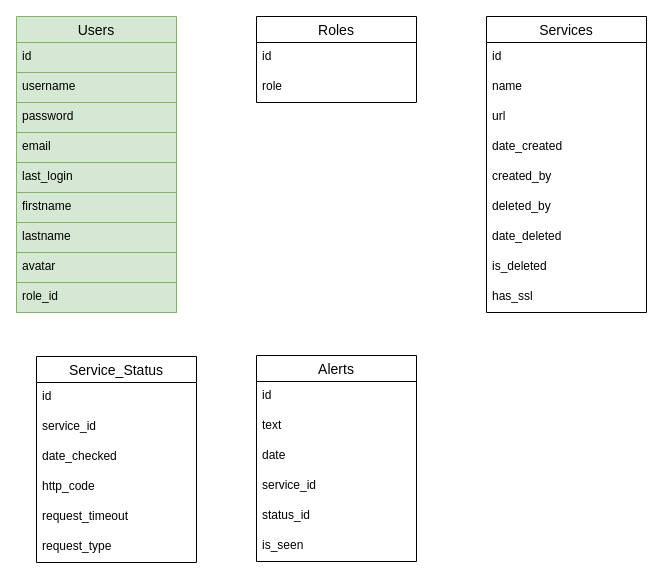
This is documents/MySQL.drawio from Mihaildimitrov/return_to_sleep, a draw.io file, before an edit. Source tidied: cells renumbered, new cells numbered last; positions are measured from the earlier drawing's top-left corner, leaving out a move shared by most shapes. Both pictures are drawn from the tidied source at 100%, with x=0, y=0 at pixel (16, 16).
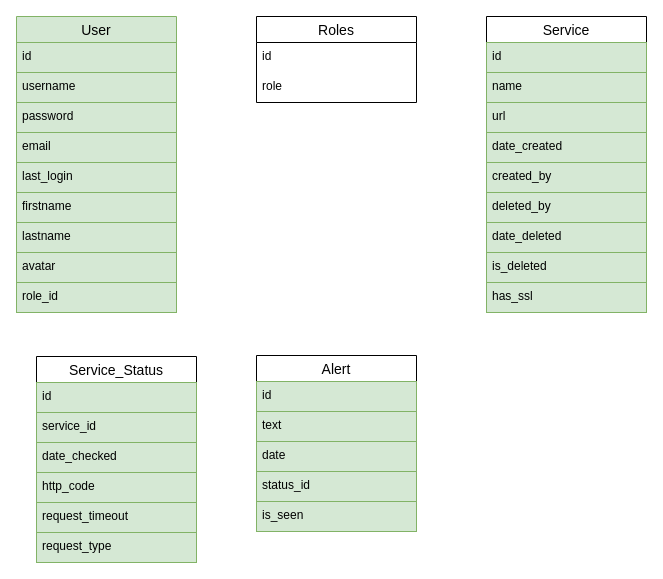
After the change.

Commit message (it also covers changes not shown here):
Updated MySQL Diagram

The change refers to these unchanged cells:
```xml
<mxCell id="25" value="Service_Status" style="swimlane;fontStyle=0;horizontal=1;startSize=26;align=center;fontSize=14;" parent="1" vertex="1">
  <mxGeometry x="20" y="340" width="160" height="206" as="geometry" />
</mxCell>
```

Diff of the diagram source:
```diff
@@
-    <mxCell id="2" value="Users" style="swimlane;fontStyle=0;horizontal=1;startSize=26;align=center;fontSize=14;fillColor=#d5e8d4;strokeColor=#82b366;" parent="1" vertex="1">
+    <mxCell id="2" value="User" style="swimlane;fontStyle=0;horizontal=1;startSize=26;align=center;fontSize=14;fillColor=#d5e8d4;strokeColor=#82b366;" parent="1" vertex="1">
       <mxGeometry width="160" height="296" as="geometry" />
     </mxCell>
@@
-    <mxCell id="15" value="Services" style="swimlane;fontStyle=0;horizontal=1;startSize=26;align=center;fontSize=14;" parent="1" vertex="1">
+    <mxCell id="15" value="Service" style="swimlane;fontStyle=0;horizontal=1;startSize=26;align=center;fontSize=14;" parent="1" vertex="1">
       <mxGeometry x="470" width="160" height="296" as="geometry" />
     </mxCell>
-    <mxCell id="16" value="id" style="text;strokeColor=none;fillColor=none;spacingLeft=4;spacingRight=4;overflow=hidden;fontSize=12;" parent="15" vertex="1">
+    <mxCell id="16" value="id" style="text;strokeColor=#82b366;fillColor=#d5e8d4;spacingLeft=4;spacingRight=4;overflow=hidden;fontSize=12;" parent="15" vertex="1">
       <mxGeometry y="26" width="160" height="30" as="geometry" />
     </mxCell>
-    <mxCell id="17" value="name&#10;" style="text;strokeColor=none;fillColor=none;spacingLeft=4;spacingRight=4;overflow=hidden;fontSize=12;" parent="15" vertex="1">
+    <mxCell id="17" value="name&#10;" style="text;strokeColor=#82b366;fillColor=#d5e8d4;spacingLeft=4;spacingRight=4;overflow=hidden;fontSize=12;" parent="15" vertex="1">
       <mxGeometry y="56" width="160" height="30" as="geometry" />
     </mxCell>
-    <mxCell id="18" value="url" style="text;strokeColor=none;fillColor=none;spacingLeft=4;spacingRight=4;overflow=hidden;fontSize=12;" parent="15" vertex="1">
+    <mxCell id="18" value="url" style="text;strokeColor=#82b366;fillColor=#d5e8d4;spacingLeft=4;spacingRight=4;overflow=hidden;fontSize=12;" parent="15" vertex="1">
       <mxGeometry y="86" width="160" height="30" as="geometry" />
     </mxCell>
-    <mxCell id="19" value="date_created" style="text;strokeColor=none;fillColor=none;spacingLeft=4;spacingRight=4;overflow=hidden;fontSize=12;" parent="15" vertex="1">
+    <mxCell id="19" value="date_created" style="text;strokeColor=#82b366;fillColor=#d5e8d4;spacingLeft=4;spacingRight=4;overflow=hidden;fontSize=12;" parent="15" vertex="1">
       <mxGeometry y="116" width="160" height="30" as="geometry" />
     </mxCell>
-    <mxCell id="20" value="created_by" style="text;strokeColor=none;fillColor=none;spacingLeft=4;spacingRight=4;overflow=hidden;fontSize=12;" parent="15" vertex="1">
+    <mxCell id="20" value="created_by" style="text;strokeColor=#82b366;fillColor=#d5e8d4;spacingLeft=4;spacingRight=4;overflow=hidden;fontSize=12;" parent="15" vertex="1">
       <mxGeometry y="146" width="160" height="30" as="geometry" />
     </mxCell>
-    <mxCell id="21" value="deleted_by&#10;" style="text;strokeColor=none;fillColor=none;spacingLeft=4;spacingRight=4;overflow=hidden;fontSize=12;" parent="15" vertex="1">
+    <mxCell id="21" value="deleted_by&#10;" style="text;strokeColor=#82b366;fillColor=#d5e8d4;spacingLeft=4;spacingRight=4;overflow=hidden;fontSize=12;" parent="15" vertex="1">
       <mxGeometry y="176" width="160" height="30" as="geometry" />
     </mxCell>
-    <mxCell id="22" value="date_deleted" style="text;strokeColor=none;fillColor=none;spacingLeft=4;spacingRight=4;overflow=hidden;fontSize=12;" parent="15" vertex="1">
+    <mxCell id="22" value="date_deleted" style="text;strokeColor=#82b366;fillColor=#d5e8d4;spacingLeft=4;spacingRight=4;overflow=hidden;fontSize=12;" parent="15" vertex="1">
       <mxGeometry y="206" width="160" height="30" as="geometry" />
     </mxCell>
-    <mxCell id="23" value="is_deleted" style="text;strokeColor=none;fillColor=none;spacingLeft=4;spacingRight=4;overflow=hidden;fontSize=12;" parent="15" vertex="1">
+    <mxCell id="23" value="is_deleted" style="text;strokeColor=#82b366;fillColor=#d5e8d4;spacingLeft=4;spacingRight=4;overflow=hidden;fontSize=12;" parent="15" vertex="1">
       <mxGeometry y="236" width="160" height="30" as="geometry" />
     </mxCell>
-    <mxCell id="24" value="has_ssl" style="text;strokeColor=none;fillColor=none;spacingLeft=4;spacingRight=4;overflow=hidden;fontSize=12;" parent="15" vertex="1">
+    <mxCell id="24" value="has_ssl" style="text;strokeColor=#82b366;fillColor=#d5e8d4;spacingLeft=4;spacingRight=4;overflow=hidden;fontSize=12;" parent="15" vertex="1">
       <mxGeometry y="266" width="160" height="30" as="geometry" />
     </mxCell>
@@
-    <mxCell id="26" value="id" style="text;strokeColor=none;fillColor=none;spacingLeft=4;spacingRight=4;overflow=hidden;fontSize=12;" parent="25" vertex="1">
+    <mxCell id="26" value="id" style="text;strokeColor=#82b366;fillColor=#d5e8d4;spacingLeft=4;spacingRight=4;overflow=hidden;fontSize=12;" parent="25" vertex="1">
       <mxGeometry y="26" width="160" height="30" as="geometry" />
     </mxCell>
-    <mxCell id="27" value="service_id" style="text;strokeColor=none;fillColor=none;spacingLeft=4;spacingRight=4;overflow=hidden;fontSize=12;" parent="25" vertex="1">
+    <mxCell id="27" value="service_id" style="text;strokeColor=#82b366;fillColor=#d5e8d4;spacingLeft=4;spacingRight=4;overflow=hidden;fontSize=12;" parent="25" vertex="1">
       <mxGeometry y="56" width="160" height="30" as="geometry" />
     </mxCell>
-    <mxCell id="28" value="date_checked" style="text;strokeColor=none;fillColor=none;spacingLeft=4;spacingRight=4;overflow=hidden;fontSize=12;" parent="25" vertex="1">
+    <mxCell id="28" value="date_checked" style="text;strokeColor=#82b366;fillColor=#d5e8d4;spacingLeft=4;spacingRight=4;overflow=hidden;fontSize=12;" parent="25" vertex="1">
       <mxGeometry y="86" width="160" height="30" as="geometry" />
     </mxCell>
-    <mxCell id="29" value="http_code" style="text;strokeColor=none;fillColor=none;spacingLeft=4;spacingRight=4;overflow=hidden;fontSize=12;" parent="25" vertex="1">
+    <mxCell id="29" value="http_code" style="text;strokeColor=#82b366;fillColor=#d5e8d4;spacingLeft=4;spacingRight=4;overflow=hidden;fontSize=12;" parent="25" vertex="1">
       <mxGeometry y="116" width="160" height="30" as="geometry" />
     </mxCell>
-    <mxCell id="30" value="request_timeout" style="text;strokeColor=none;fillColor=none;spacingLeft=4;spacingRight=4;overflow=hidden;fontSize=12;" parent="25" vertex="1">
+    <mxCell id="30" value="request_timeout" style="text;strokeColor=#82b366;fillColor=#d5e8d4;spacingLeft=4;spacingRight=4;overflow=hidden;fontSize=12;" parent="25" vertex="1">
       <mxGeometry y="146" width="160" height="30" as="geometry" />
     </mxCell>
-    <mxCell id="31" value="request_type" style="text;strokeColor=none;fillColor=none;spacingLeft=4;spacingRight=4;overflow=hidden;fontSize=12;" parent="25" vertex="1">
+    <mxCell id="31" value="request_type" style="text;strokeColor=#82b366;fillColor=#d5e8d4;spacingLeft=4;spacingRight=4;overflow=hidden;fontSize=12;" parent="25" vertex="1">
       <mxGeometry y="176" width="160" height="30" as="geometry" />
     </mxCell>
-    <mxCell id="32" value="Alerts" style="swimlane;fontStyle=0;horizontal=1;startSize=26;align=center;fontSize=14;" parent="1" vertex="1">
-      <mxGeometry x="240" y="339" width="160" height="206" as="geometry" />
+    <mxCell id="32" value="Alert" style="swimlane;fontStyle=0;horizontal=1;startSize=26;align=center;fontSize=14;" parent="1" vertex="1">
+      <mxGeometry x="240" y="339" width="160" height="176" as="geometry" />
     </mxCell>
-    <mxCell id="33" value="id" style="text;strokeColor=none;fillColor=none;spacingLeft=4;spacingRight=4;overflow=hidden;fontSize=12;" parent="32" vertex="1">
+    <mxCell id="33" value="id" style="text;strokeColor=#82b366;fillColor=#d5e8d4;spacingLeft=4;spacingRight=4;overflow=hidden;fontSize=12;" parent="32" vertex="1">
       <mxGeometry y="26" width="160" height="30" as="geometry" />
     </mxCell>
-    <mxCell id="34" value="text" style="text;strokeColor=none;fillColor=none;spacingLeft=4;spacingRight=4;overflow=hidden;fontSize=12;" parent="32" vertex="1">
+    <mxCell id="34" value="text" style="text;strokeColor=#82b366;fillColor=#d5e8d4;spacingLeft=4;spacingRight=4;overflow=hidden;fontSize=12;" parent="32" vertex="1">
       <mxGeometry y="56" width="160" height="30" as="geometry" />
     </mxCell>
-    <mxCell id="35" value="date" style="text;strokeColor=none;fillColor=none;spacingLeft=4;spacingRight=4;overflow=hidden;fontSize=12;" parent="32" vertex="1">
+    <mxCell id="35" value="date" style="text;strokeColor=#82b366;fillColor=#d5e8d4;spacingLeft=4;spacingRight=4;overflow=hidden;fontSize=12;" parent="32" vertex="1">
       <mxGeometry y="86" width="160" height="30" as="geometry" />
     </mxCell>
-    <mxCell id="36" value="service_id" style="text;strokeColor=none;fillColor=none;spacingLeft=4;spacingRight=4;overflow=hidden;fontSize=12;" parent="32" vertex="1">
-      <mxGeometry y="116" width="160" height="30" as="geometry" />
-    </mxCell>
-    <mxCell id="37" value="status_id" style="text;strokeColor=none;fillColor=none;spacingLeft=4;spacingRight=4;overflow=hidden;fontSize=12;" parent="32" vertex="1">
-      <mxGeometry y="146" width="160" height="30" as="geometry" />
+    <mxCell id="37" value="status_id" style="text;strokeColor=#82b366;fillColor=#d5e8d4;spacingLeft=4;spacingRight=4;overflow=hidden;fontSize=12;" parent="32" vertex="1">
+      <mxGeometry y="116" width="160" height="30" as="geometry" />
     </mxCell>
-    <mxCell id="38" value="is_seen" style="text;strokeColor=none;fillColor=none;spacingLeft=4;spacingRight=4;overflow=hidden;fontSize=12;" parent="32" vertex="1">
-      <mxGeometry y="176" width="160" height="30" as="geometry" />
+    <mxCell id="38" value="is_seen" style="text;strokeColor=#82b366;fillColor=#d5e8d4;spacingLeft=4;spacingRight=4;overflow=hidden;fontSize=12;" parent="32" vertex="1">
+      <mxGeometry y="146" width="160" height="30" as="geometry" />
     </mxCell>
```
